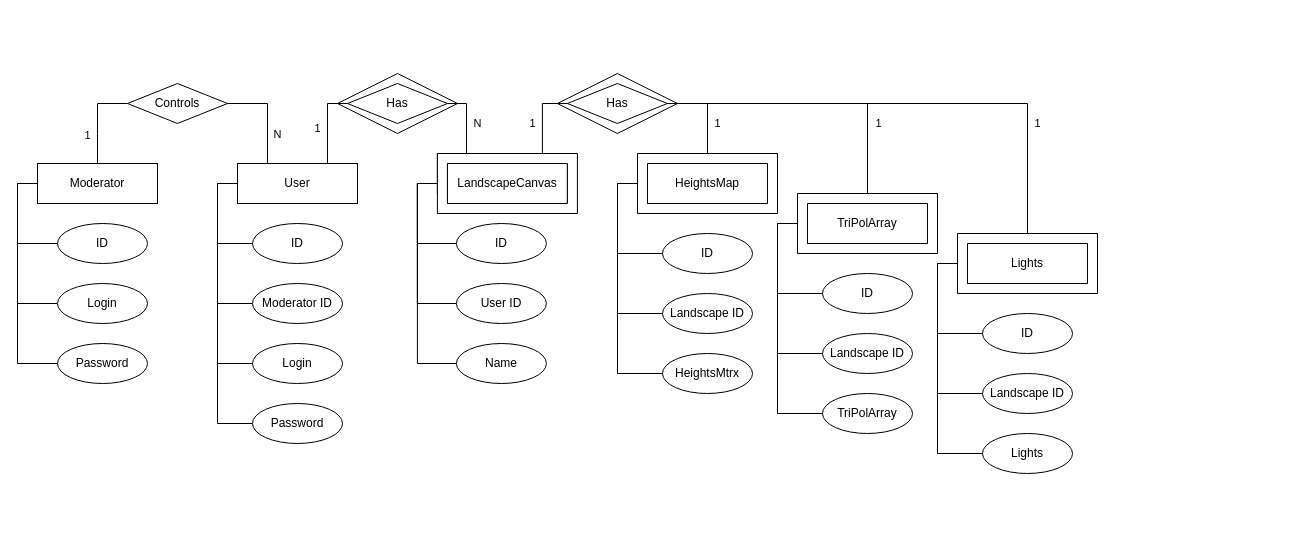
Above: ER-diagPPO.drawio in Inlucker/PPO (draw.io), before the change. Source tidied: cells renumbered, new cells numbered last; positions are measured from the earlier drawing's top-left corner, leaving out a move shared by most shapes. Both pictures are drawn from the tidied source at 100%, with x=0, y=0 at pixel (37, 73).
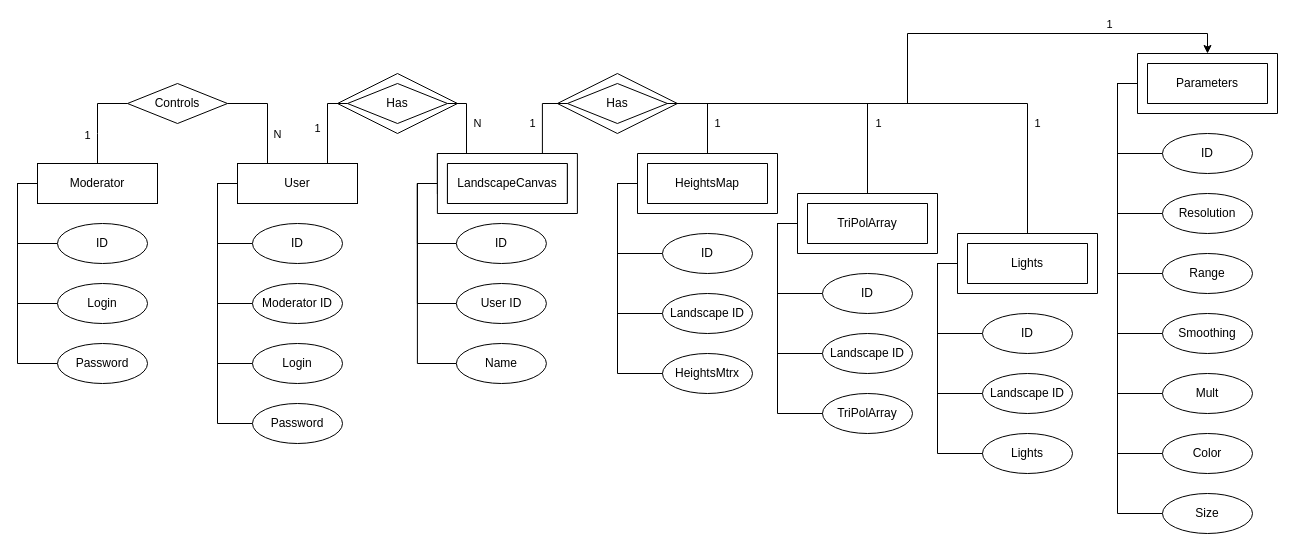
The same page after the edit.

Unchanged cells that the change refers to:
```xml
<mxCell id="64" style="rhombus;whiteSpace=wrap;html=1;rounded=0;shadow=0;glass=0;sketch=0;fillColor=none;" parent="1" vertex="1">
  <mxGeometry x="519.9" width="120" height="60" as="geometry" />
</mxCell>
```

Diff of the diagram source:
```diff
@@
+    <mxCell id="66" style="edgeStyle=orthogonalEdgeStyle;rounded=0;jettySize=auto;html=1;entryX=0.5;entryY=0;entryDx=0;entryDy=0;entryPerimeter=0;" parent="1" edge="1" source="64" target="76">
+      <mxGeometry relative="1" as="geometry" />
+    </mxCell>
+    <mxCell id="67" value="1" style="edgeLabel;html=1;align=center;verticalAlign=middle;" parent="66" vertex="1">
+      <mxGeometry x="0.59" y="1" relative="1" as="geometry">
+        <mxPoint x="9" y="-9" as="offset" />
+      </mxGeometry>
+    </mxCell>
@@
+    <mxCell id="68" style="edgeStyle=orthogonalEdgeStyle;rounded=0;jettySize=auto;html=1;entryX=0;entryY=0.5;entryDx=0;entryDy=0;exitX=0;exitY=0.5;exitDx=0;exitDy=0;exitPerimeter=0;endArrow=none;" parent="1" edge="1" source="76" target="77">
+      <mxGeometry relative="1" as="geometry" />
+    </mxCell>
+    <mxCell id="69" value="&lt;span dir=&quot;ltr&quot; tabindex=&quot;0&quot; role=&quot;button&quot; class=&quot;kgnlhe FwR7Pc&quot;&gt;Parameter&lt;/span&gt;&lt;span tabindex=&quot;0&quot; role=&quot;button&quot; class=&quot;MtFg0&quot; lang=&quot;ru&quot;&gt;s&lt;/span&gt;" style="rounded=0;whiteSpace=wrap;html=1;glass=0;" parent="1" vertex="1">
+      <mxGeometry x="1110" y="-10" width="120" height="40" as="geometry" />
+    </mxCell>
+    <mxCell id="70" style="edgeStyle=orthogonalEdgeStyle;rounded=0;jettySize=auto;html=1;exitX=0;exitY=0.5;exitDx=0;exitDy=0;exitPerimeter=0;entryX=0;entryY=0.5;entryDx=0;entryDy=0;endArrow=none;" parent="1" edge="1" source="76" target="78">
+      <mxGeometry relative="1" as="geometry" />
+    </mxCell>
+    <mxCell id="71" style="edgeStyle=orthogonalEdgeStyle;rounded=0;jettySize=auto;html=1;exitX=0;exitY=0.5;exitDx=0;exitDy=0;exitPerimeter=0;entryX=0;entryY=0.5;entryDx=0;entryDy=0;endArrow=none;" parent="1" edge="1" source="76" target="79">
+      <mxGeometry relative="1" as="geometry" />
+    </mxCell>
+    <mxCell id="72" style="edgeStyle=orthogonalEdgeStyle;rounded=0;jettySize=auto;html=1;exitX=0;exitY=0.5;exitDx=0;exitDy=0;exitPerimeter=0;entryX=0;entryY=0.5;entryDx=0;entryDy=0;endArrow=none;" parent="1" edge="1" source="76" target="80">
+      <mxGeometry relative="1" as="geometry" />
+    </mxCell>
+    <mxCell id="73" style="edgeStyle=orthogonalEdgeStyle;rounded=0;jettySize=auto;html=1;exitX=0;exitY=0.5;exitDx=0;exitDy=0;exitPerimeter=0;entryX=0;entryY=0.5;entryDx=0;entryDy=0;endArrow=none;" parent="1" edge="1" source="76" target="83">
+      <mxGeometry relative="1" as="geometry" />
+    </mxCell>
+    <mxCell id="74" style="edgeStyle=orthogonalEdgeStyle;rounded=0;jettySize=auto;html=1;exitX=0;exitY=0.5;exitDx=0;exitDy=0;exitPerimeter=0;entryX=0;entryY=0.5;entryDx=0;entryDy=0;endArrow=none;" parent="1" edge="1" source="76" target="81">
+      <mxGeometry relative="1" as="geometry" />
+    </mxCell>
+    <mxCell id="75" style="edgeStyle=orthogonalEdgeStyle;rounded=0;jettySize=auto;html=1;exitX=0;exitY=0.5;exitDx=0;exitDy=0;exitPerimeter=0;entryX=0;entryY=0.5;entryDx=0;entryDy=0;endArrow=none;" parent="1" edge="1" source="76" target="82">
+      <mxGeometry relative="1" as="geometry" />
+    </mxCell>
+    <mxCell id="76" style="verticalLabelPosition=bottom;verticalAlign=top;html=1;shape=mxgraph.basic.frame;dx=10;" parent="1" vertex="1">
+      <mxGeometry x="1100" y="-20" width="140" height="60" as="geometry" />
+    </mxCell>
+    <mxCell id="77" value="ID" style="ellipse;whiteSpace=wrap;html=1;rounded=0;shadow=0;glass=0;sketch=0;" parent="1" vertex="1">
+      <mxGeometry x="1125" y="60" width="90" height="40" as="geometry" />
+    </mxCell>
+    <mxCell id="78" value="Resolution" style="ellipse;whiteSpace=wrap;html=1;rounded=0;shadow=0;glass=0;sketch=0;" parent="1" vertex="1">
+      <mxGeometry x="1125" y="120" width="90" height="40" as="geometry" />
+    </mxCell>
+    <mxCell id="79" value="Range" style="ellipse;whiteSpace=wrap;html=1;rounded=0;shadow=0;glass=0;sketch=0;" parent="1" vertex="1">
+      <mxGeometry x="1125" y="180" width="90" height="40" as="geometry" />
+    </mxCell>
+    <mxCell id="80" value="Smoothing" style="ellipse;whiteSpace=wrap;html=1;rounded=0;shadow=0;glass=0;sketch=0;" parent="1" vertex="1">
+      <mxGeometry x="1125" y="240" width="90" height="40" as="geometry" />
+    </mxCell>
+    <mxCell id="81" value="Color" style="ellipse;whiteSpace=wrap;html=1;rounded=0;shadow=0;glass=0;sketch=0;" parent="1" vertex="1">
+      <mxGeometry x="1125" y="360" width="90" height="40" as="geometry" />
+    </mxCell>
+    <mxCell id="82" value="Size" style="ellipse;whiteSpace=wrap;html=1;rounded=0;shadow=0;glass=0;sketch=0;" parent="1" vertex="1">
+      <mxGeometry x="1125" y="420" width="90" height="40" as="geometry" />
+    </mxCell>
+    <mxCell id="83" value="Mult" style="ellipse;whiteSpace=wrap;html=1;rounded=0;shadow=0;glass=0;sketch=0;" parent="1" vertex="1">
+      <mxGeometry x="1125" y="300" width="90" height="40" as="geometry" />
+    </mxCell>
```
